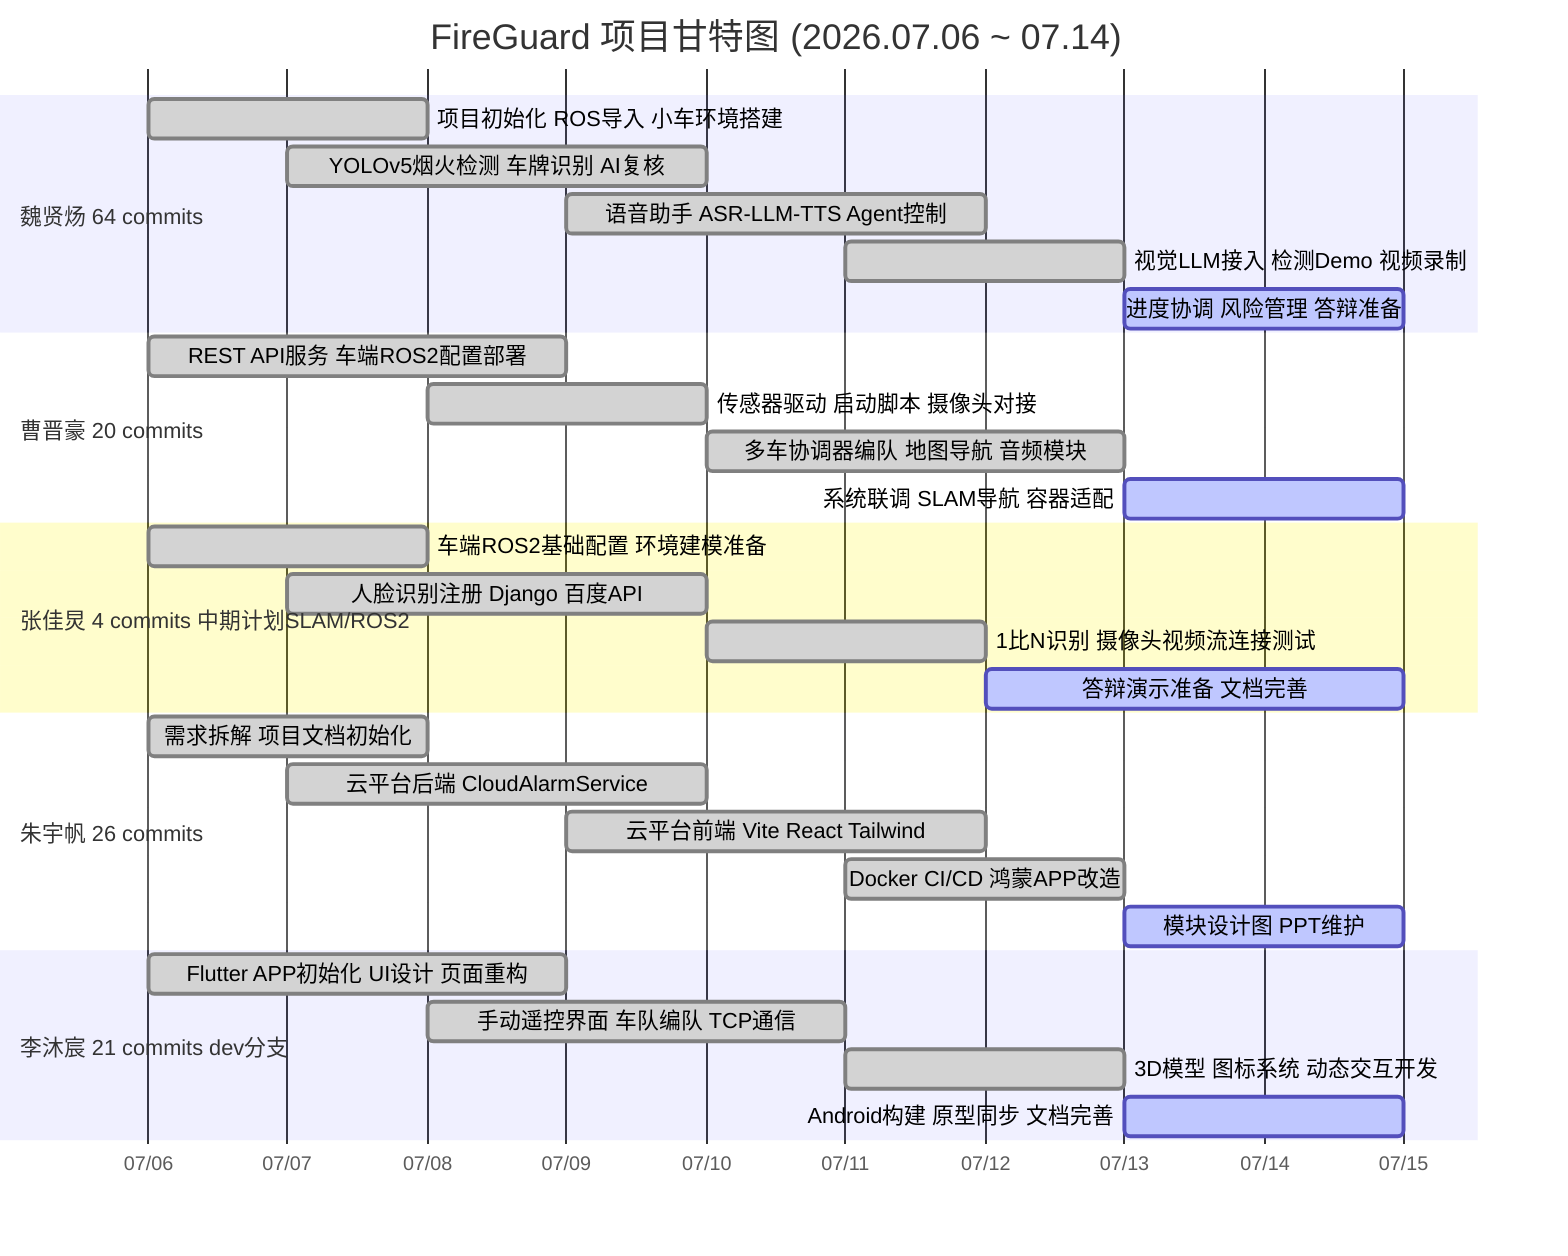
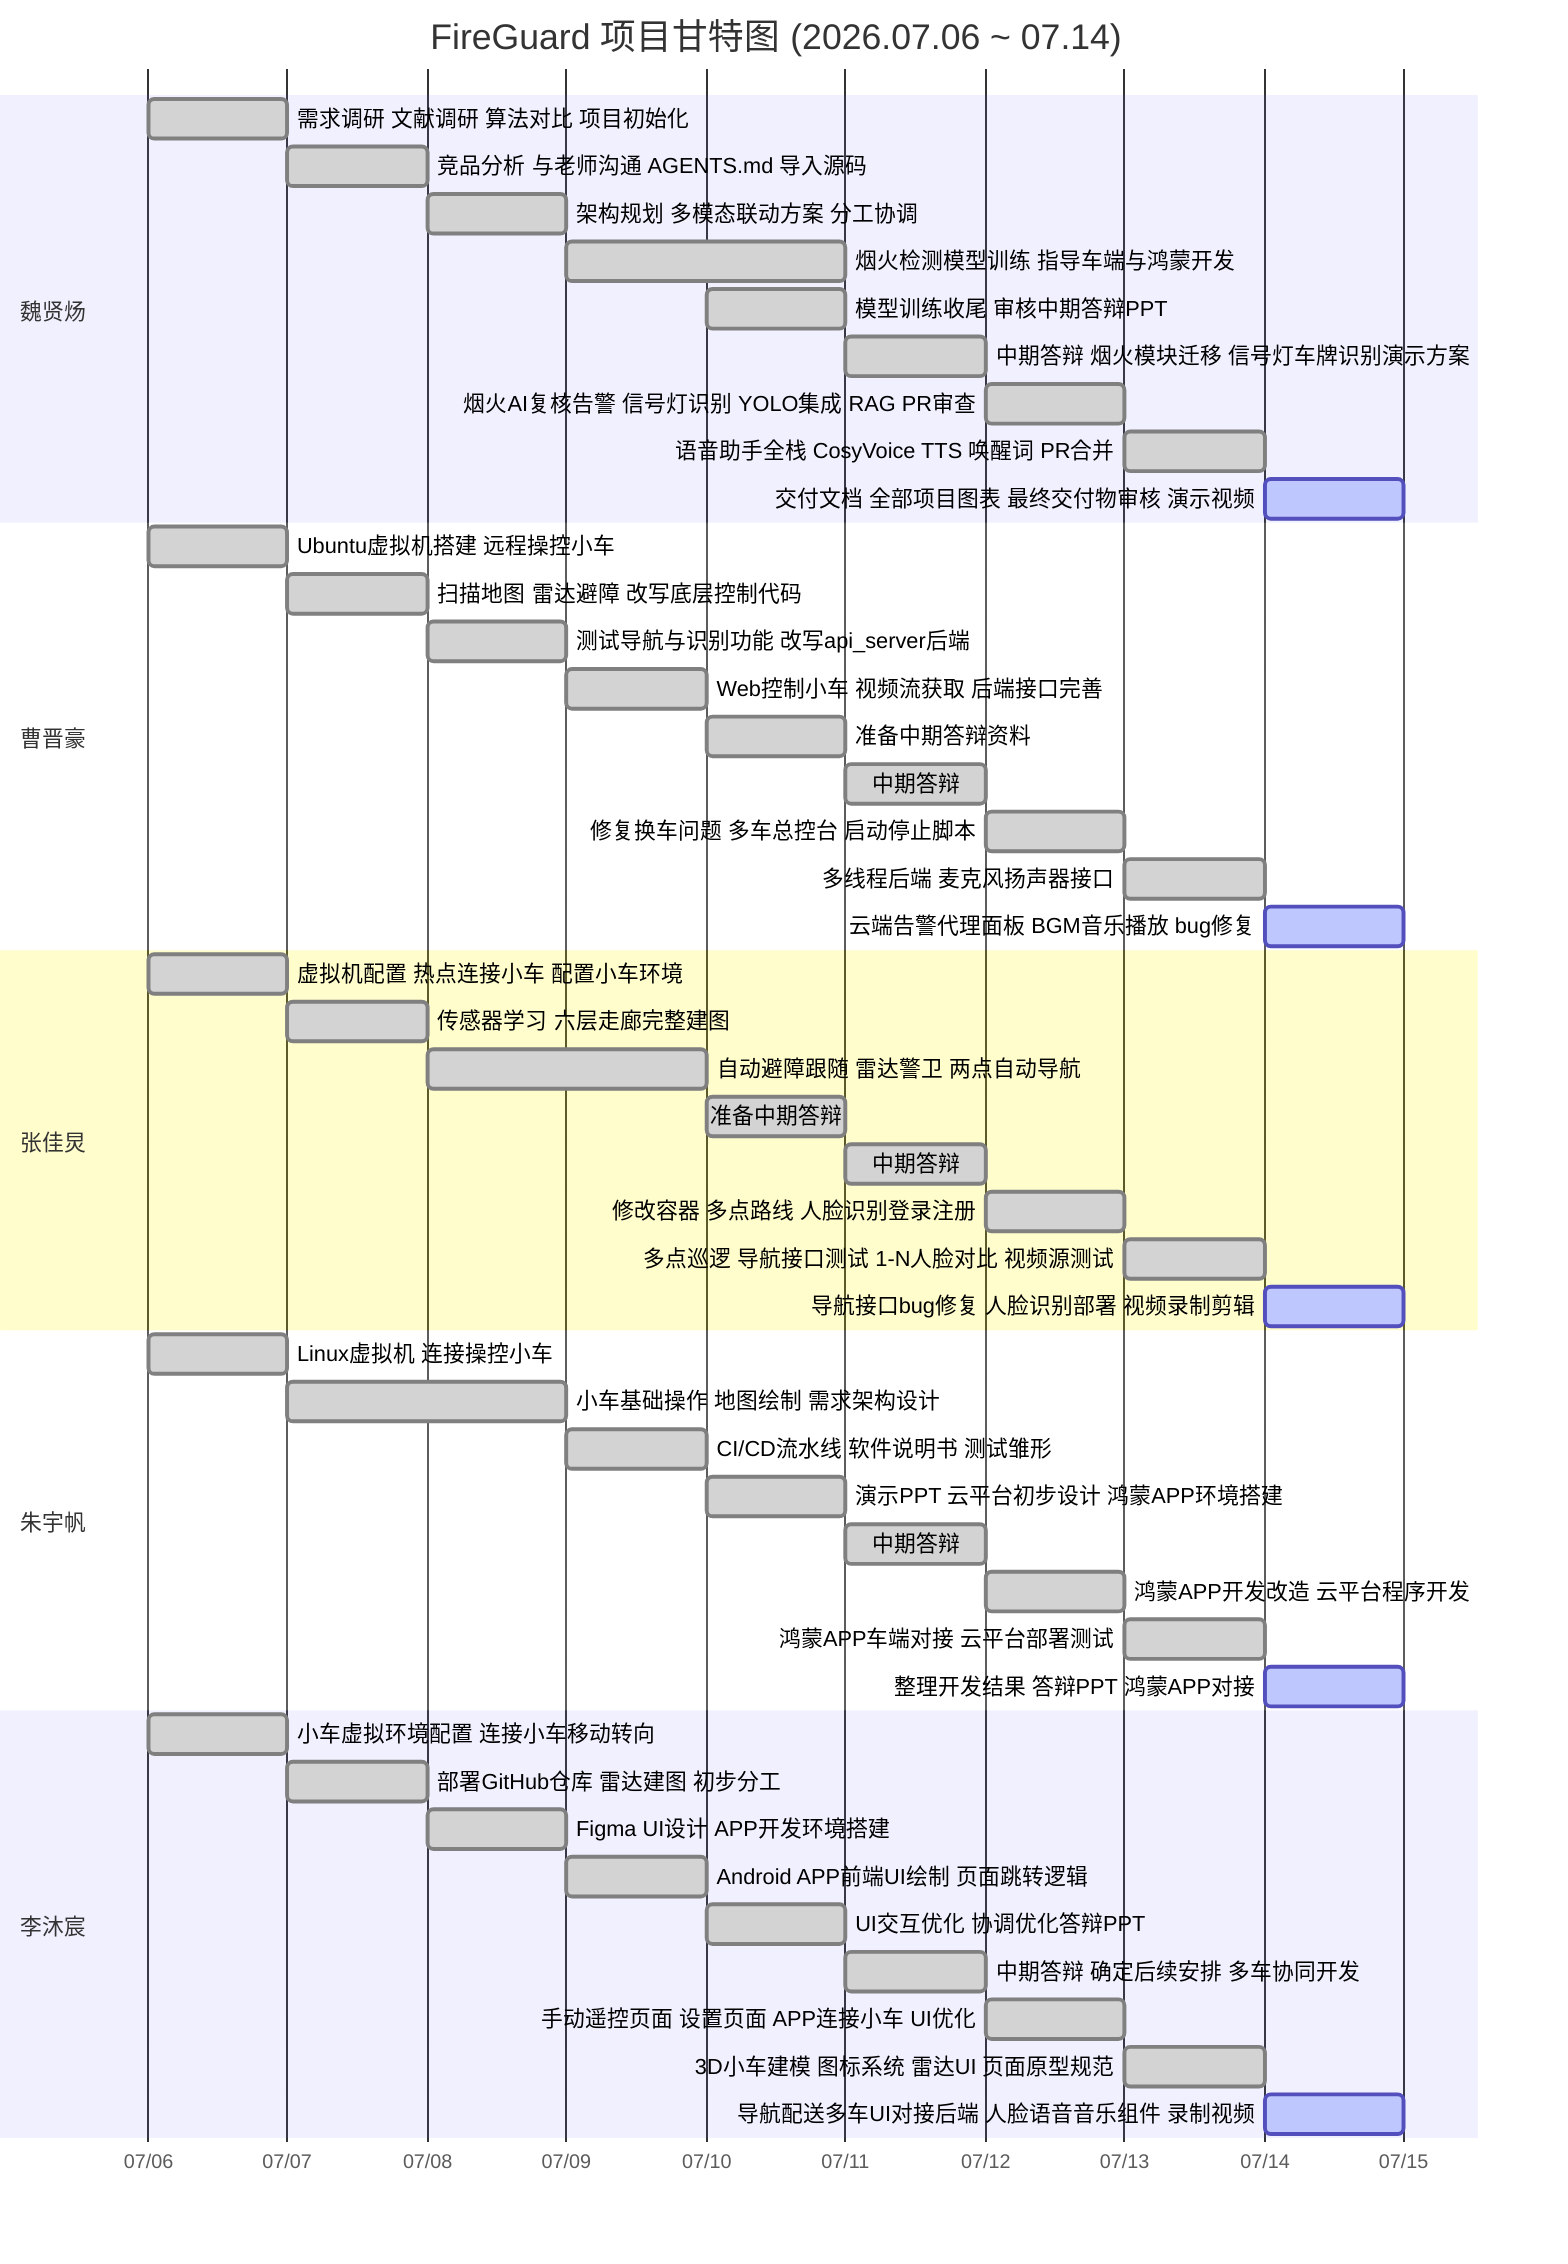
gantt
    title FireGuard 项目甘特图 (2026.07.06 ~ 07.14)
    dateFormat YYYY-MM-DD
    axisFormat %m/%d
    tickInterval 1day

-     section 魏贤炀  64 commits
-     项目初始化 ROS导入 小车环境搭建    :done,    wx0, 2026-07-06, 2d
-     YOLOv5烟火检测 车牌识别 AI复核     :done,    wx1, 2026-07-07, 3d
-     语音助手 ASR-LLM-TTS Agent控制    :done,    wx2, 2026-07-09, 3d
-     视觉LLM接入 检测Demo 视频录制       :done,    wx3, 2026-07-11, 2d
-     进度协调 风险管理 答辩准备         :active,  wx4, 2026-07-13, 2d
+     section 魏贤炀
+     需求调研 文献调研 算法对比 项目初始化        :done,    wx0, 2026-07-06, 1d
+     竞品分析 与老师沟通 AGENTS.md 导入源码        :done,    wx1, 2026-07-07, 1d
+     架构规划 多模态联动方案 分工协调              :done,    wx2, 2026-07-08, 1d
+     烟火检测模型训练 指导车端与鸿蒙开发            :done,    wx3, 2026-07-09, 2d
+     模型训练收尾 审核中期答辩PPT                  :done,    wx4, 2026-07-10, 1d
+     中期答辩 烟火模块迁移 信号灯车牌识别演示方案    :done,    wx5, 2026-07-11, 1d
+     烟火AI复核告警 信号灯识别 YOLO集成 RAG PR审查  :done,    wx6, 2026-07-12, 1d
+     语音助手全栈 CosyVoice TTS 唤醒词 PR合并      :done,    wx7, 2026-07-13, 1d
+     交付文档 全部项目图表 最终交付物审核 演示视频   :active,  wx8, 2026-07-14, 1d

-     section 曹晋豪  20 commits
-     REST API服务 车端ROS2配置部署     :done,    cj1, 2026-07-06, 3d
-     传感器驱动 启动脚本 摄像头对接     :done,    cj2, 2026-07-08, 2d
-     多车协调器编队 地图导航 音频模块   :done,    cj3, 2026-07-10, 3d
-     系统联调 SLAM导航 容器适配         :active,  cj4, 2026-07-13, 2d
+     section 曹晋豪
+     Ubuntu虚拟机搭建 远程操控小车                 :done,    cj0, 2026-07-06, 1d
+     扫描地图 雷达避障 改写底层控制代码              :done,    cj1, 2026-07-07, 1d
+     测试导航与识别功能 改写api_server后端          :done,    cj2, 2026-07-08, 1d
+     Web控制小车 视频流获取 后端接口完善            :done,    cj3, 2026-07-09, 1d
+     准备中期答辩资料                              :done,    cj4, 2026-07-10, 1d
+     中期答辩                                      :done,    cj5, 2026-07-11, 1d
+     修复换车问题 多车总控台 启动停止脚本            :done,    cj6, 2026-07-12, 1d
+     多线程后端 麦克风扬声器接口                    :done,    cj7, 2026-07-13, 1d
+     云端告警代理面板 BGM音乐播放 bug修复           :active,  cj8, 2026-07-14, 1d

-     section 张佳炅  4 commits 中期计划SLAM/ROS2
-     车端ROS2基础配置 环境建模准备       :done,    zj0, 2026-07-06, 2d
-     人脸识别注册 Django 百度API       :done,    zj1, 2026-07-07, 3d
-     1比N识别 摄像头视频流连接测试      :done,    zj2, 2026-07-10, 2d
-     答辩演示准备 文档完善              :active,  zj3, 2026-07-12, 3d
+     section 张佳炅
+     虚拟机配置 热点连接小车 配置小车环境            :done,    zj0, 2026-07-06, 1d
+     传感器学习 六层走廊完整建图                    :done,    zj1, 2026-07-07, 1d
+     自动避障跟随 雷达警卫 两点自动导航              :done,    zj2, 2026-07-08, 2d
+     准备中期答辩                                  :done,    zj3, 2026-07-10, 1d
+     中期答辩                                      :done,    zj4, 2026-07-11, 1d
+     修改容器 多点路线 人脸识别登录注册              :done,    zj5, 2026-07-12, 1d
+     多点巡逻 导航接口测试 1-N人脸对比 视频源测试    :done,    zj6, 2026-07-13, 1d
+     导航接口bug修复 人脸识别部署 视频录制剪辑       :active,  zj7, 2026-07-14, 1d

-     section 朱宇帆  26 commits
-     需求拆解 项目文档初始化            :done,    zy0, 2026-07-06, 2d
-     云平台后端 CloudAlarmService     :done,    zy1, 2026-07-07, 3d
-     云平台前端 Vite React Tailwind   :done,    zy2, 2026-07-09, 3d
-     Docker CI/CD 鸿蒙APP改造          :done,    zy3, 2026-07-11, 2d
-     模块设计图 PPT维护                :active,  zy4, 2026-07-13, 2d
+     section 朱宇帆
+     Linux虚拟机 连接操控小车                       :done,    zy0, 2026-07-06, 1d
+     小车基础操作 地图绘制 需求架构设计              :done,    zy1, 2026-07-07, 2d
+     CI/CD流水线 软件说明书 测试雏形                 :done,    zy2, 2026-07-09, 1d
+     演示PPT 云平台初步设计 鸿蒙APP环境搭建          :done,    zy3, 2026-07-10, 1d
+     中期答辩                                      :done,    zy4, 2026-07-11, 1d
+     鸿蒙APP开发改造 云平台程序开发                  :done,    zy5, 2026-07-12, 1d
+     鸿蒙APP车端对接 云平台部署测试                  :done,    zy6, 2026-07-13, 1d
+     整理开发结果 答辩PPT 鸿蒙APP对接                :active,  zy7, 2026-07-14, 1d

-     section 李沐宸  21 commits  dev分支
-     Flutter APP初始化 UI设计 页面重构  :done,    lm1, 2026-07-06, 3d
-     手动遥控界面 车队编队 TCP通信      :done,    lm2, 2026-07-08, 3d
-     3D模型 图标系统 动态交互开发       :done,    lm3, 2026-07-11, 2d
-     Android构建 原型同步 文档完善       :active,  lm4, 2026-07-13, 2d
+     section 李沐宸
+     小车虚拟环境配置 连接小车移动转向               :done,    lm0, 2026-07-06, 1d
+     部署GitHub仓库 雷达建图 初步分工                :done,    lm1, 2026-07-07, 1d
+     Figma UI设计 APP开发环境搭建                   :done,    lm2, 2026-07-08, 1d
+     Android APP前端UI绘制 页面跳转逻辑              :done,    lm3, 2026-07-09, 1d
+     UI交互优化 协调优化答辩PPT                      :done,    lm4, 2026-07-10, 1d
+     中期答辩 确定后续安排 多车协同开发               :done,    lm5, 2026-07-11, 1d
+     手动遥控页面 设置页面 APP连接小车 UI优化         :done,    lm6, 2026-07-12, 1d
+     3D小车建模 图标系统 雷达UI 页面原型规范         :done,    lm7, 2026-07-13, 1d
+     导航配送多车UI对接后端 人脸语音音乐组件 录制视频 :active,  lm8, 2026-07-14, 1d
